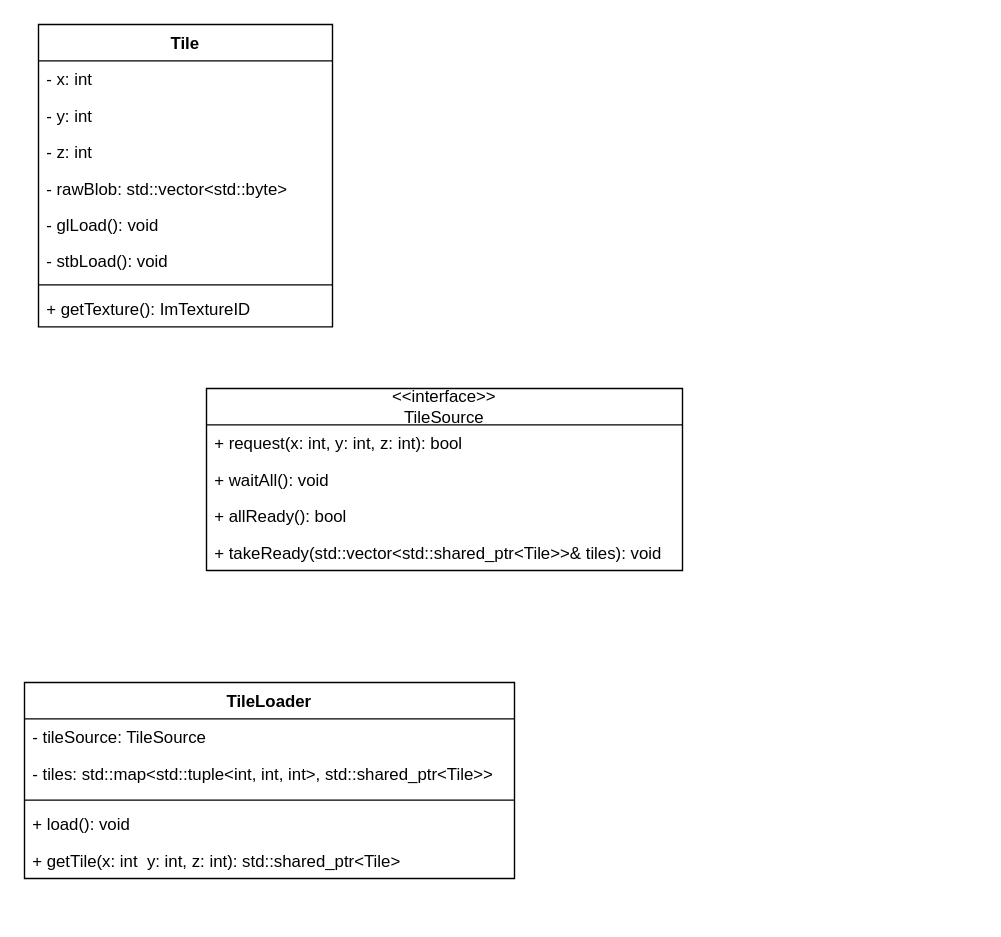
Before: historical map.drawio in Earsuit/historical-map, a draw.io diagram. Source tidied: cells renumbered, new cells numbered last; positions are measured from the earlier drawing's top-left corner, leaving out a move shared by most shapes. Both pictures are drawn from the tidied source at 140%, with x=0, y=0 at pixel (24, 24).
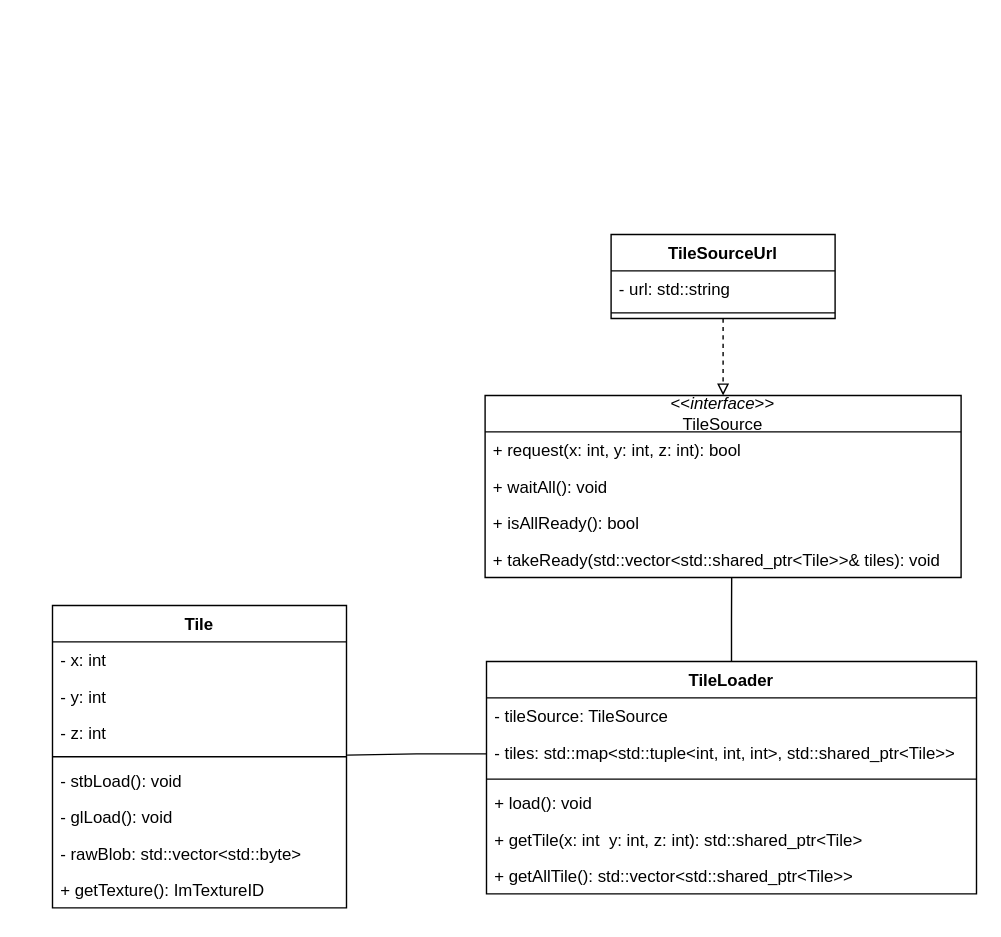
The same diagram, later.

Unchanged cells that the change refers to:
```xml
<mxCell id="13" value="- tiles: std::map&amp;lt;std::tuple&amp;lt;int, int, int&amp;gt;, std::shared_ptr&amp;lt;Tile&amp;gt;&amp;gt;" style="text;strokeColor=none;fillColor=none;align=left;verticalAlign=top;spacingLeft=4;spacingRight=4;overflow=hidden;points=[[0,0.5],[1,0.5]];portConstraint=eastwest;whiteSpace=wrap;html=1;" parent="11" vertex="1">
  <mxGeometry y="52" width="350" height="28" as="geometry" />
</mxCell>
<mxCell id="21" value="+ takeReady(std::vector&amp;lt;std::shared_ptr&amp;lt;Tile&amp;gt;&amp;gt;&amp;amp; tiles): void" style="text;strokeColor=none;fillColor=none;align=left;verticalAlign=top;spacingLeft=4;spacingRight=4;overflow=hidden;points=[[0,0.5],[1,0.5]];portConstraint=eastwest;whiteSpace=wrap;html=1;" parent="17" vertex="1">
  <mxGeometry y="104" width="340" height="26" as="geometry" />
</mxCell>
```

Diff of the diagram source:
```diff
@@
     <mxCell id="2" value="Tile" style="swimlane;fontStyle=1;align=center;verticalAlign=top;horizontal=1;startSize=26;whiteSpace=wrap;html=1;" parent="1" vertex="1">
-      <mxGeometry x="10" width="210" height="216" as="geometry" />
+      <mxGeometry x="20" y="415" width="210" height="216" as="geometry" />
     </mxCell>
@@
+    <mxCell id="9" style="line;strokeWidth=1;fillColor=none;align=left;verticalAlign=middle;spacingTop=-1;spacingLeft=3;spacingRight=3;labelPosition=right;points=[];portConstraint=eastwest;strokeColor=inherit;" parent="2" vertex="1">
+      <mxGeometry y="104" width="210" height="8" as="geometry" />
+    </mxCell>
+    <mxCell id="8" value="- stbLoad(): void" style="text;strokeColor=none;fillColor=none;align=left;verticalAlign=top;spacingLeft=4;spacingRight=4;overflow=hidden;whiteSpace=wrap;html=1;" parent="2" vertex="1">
+      <mxGeometry y="112" width="210" height="26" as="geometry" />
+    </mxCell>
+    <mxCell id="7" value="- glLoad(): void" style="text;strokeColor=none;fillColor=none;align=left;verticalAlign=top;spacingLeft=4;spacingRight=4;overflow=hidden;whiteSpace=wrap;html=1;" parent="2" vertex="1">
+      <mxGeometry y="138" width="210" height="26" as="geometry" />
+    </mxCell>
     <mxCell id="6" value="- rawBlob: std::vector&amp;lt;std::byte&amp;gt;" style="text;strokeColor=none;fillColor=none;align=left;verticalAlign=top;spacingLeft=4;spacingRight=4;overflow=hidden;whiteSpace=wrap;html=1;" parent="2" vertex="1">
-      <mxGeometry y="104" width="210" height="26" as="geometry" />
+      <mxGeometry y="164" width="210" height="26" as="geometry" />
     </mxCell>
-    <mxCell id="7" value="- glLoad(): void" style="text;strokeColor=none;fillColor=none;align=left;verticalAlign=top;spacingLeft=4;spacingRight=4;overflow=hidden;whiteSpace=wrap;html=1;" parent="2" vertex="1">
-      <mxGeometry y="130" width="210" height="26" as="geometry" />
-    </mxCell>
-    <mxCell id="8" value="- stbLoad(): void" style="text;strokeColor=none;fillColor=none;align=left;verticalAlign=top;spacingLeft=4;spacingRight=4;overflow=hidden;whiteSpace=wrap;html=1;" parent="2" vertex="1">
-      <mxGeometry y="156" width="210" height="26" as="geometry" />
-    </mxCell>
-    <mxCell id="9" style="line;strokeWidth=1;fillColor=none;align=left;verticalAlign=middle;spacingTop=-1;spacingLeft=3;spacingRight=3;labelPosition=right;points=[];portConstraint=eastwest;strokeColor=inherit;" parent="2" vertex="1">
-      <mxGeometry y="182" width="210" height="8" as="geometry" />
-    </mxCell>
@@
+    <mxCell id="22" style="edgeStyle=orthogonalEdgeStyle;rounded=0;jettySize=auto;html=1;endArrow=none;endFill=0;entryX=0.518;entryY=1;entryDx=0;entryDy=0;entryPerimeter=0;" parent="1" edge="1" source="11" target="21">
+      <mxGeometry relative="1" as="geometry" />
+    </mxCell>
     <mxCell id="11" value="TileLoader" style="swimlane;fontStyle=1;align=center;verticalAlign=top;horizontal=1;startSize=26;whiteSpace=wrap;html=1;" parent="1" vertex="1">
-      <mxGeometry y="470" width="350" height="140" as="geometry" />
+      <mxGeometry x="330" y="455" width="350" height="166" as="geometry" />
     </mxCell>
@@
+    <mxCell id="23" value="+ getAllTile(): std::vector&amp;lt;std::shared_ptr&amp;lt;Tile&amp;gt;&amp;gt;" style="text;strokeColor=none;fillColor=none;align=left;verticalAlign=top;spacingLeft=4;spacingRight=4;overflow=hidden;whiteSpace=wrap;html=1;" parent="11" vertex="1">
+      <mxGeometry y="140" width="350" height="26" as="geometry" />
+    </mxCell>
-    <mxCell id="17" value="&amp;lt;&amp;lt;interface&amp;gt;&amp;gt;&lt;br&gt;TileSource" style="swimlane;fontStyle=0;horizontal=1;startSize=26;fillColor=none;whiteSpace=wrap;html=1;" parent="1" vertex="1">
-      <mxGeometry x="130" y="260" width="340" height="130" as="geometry" />
+    <mxCell id="17" value="&amp;lt;&amp;lt;&lt;i&gt;interface&lt;/i&gt;&amp;gt;&amp;gt;&lt;br&gt;TileSource" style="swimlane;fontStyle=0;horizontal=1;startSize=26;fillColor=none;whiteSpace=wrap;html=1;" parent="1" vertex="1">
+      <mxGeometry x="329" y="265" width="340" height="130" as="geometry" />
     </mxCell>
@@
-    <mxCell id="20" value="+ allReady(): bool" style="text;strokeColor=none;fillColor=none;align=left;verticalAlign=top;spacingLeft=4;spacingRight=4;overflow=hidden;whiteSpace=wrap;html=1;" parent="17" vertex="1">
+    <mxCell id="20" value="+ isAllReady(): bool" style="text;strokeColor=none;fillColor=none;align=left;verticalAlign=top;spacingLeft=4;spacingRight=4;overflow=hidden;whiteSpace=wrap;html=1;" parent="17" vertex="1">
       <mxGeometry y="78" width="340" height="26" as="geometry" />
     </mxCell>
@@
+    <mxCell id="24" style="edgeStyle=orthogonalEdgeStyle;rounded=0;jettySize=auto;html=1;entryX=0.5;entryY=0;entryDx=0;entryDy=0;endArrow=block;endFill=0;dashed=1;" parent="1" edge="1" source="25" target="17">
+      <mxGeometry relative="1" as="geometry" />
+    </mxCell>
+    <mxCell id="25" value="TileSourceUrl" style="swimlane;fontStyle=1;align=center;verticalAlign=top;horizontal=1;startSize=26;" parent="1" vertex="1">
+      <mxGeometry x="419" y="150" width="160" height="60" as="geometry" />
+    </mxCell>
+    <mxCell id="26" value="- url: std::string" style="text;strokeColor=none;fillColor=none;align=left;verticalAlign=top;spacingLeft=4;spacingRight=4;overflow=hidden;" parent="25" vertex="1">
+      <mxGeometry y="26" width="160" height="26" as="geometry" />
+    </mxCell>
+    <mxCell id="27" style="line;strokeWidth=1;fillColor=none;align=left;verticalAlign=middle;spacingTop=-1;spacingLeft=3;spacingRight=3;labelPosition=right;" parent="25" vertex="1">
+      <mxGeometry y="52" width="160" height="8" as="geometry" />
+    </mxCell>
+    <mxCell id="28" style="edgeStyle=orthogonalEdgeStyle;rounded=0;jettySize=auto;html=1;endArrow=none;endFill=0;entryX=1.002;entryY=0.357;entryDx=0;entryDy=0;entryPerimeter=0;" parent="1" edge="1" source="13" target="9">
+      <mxGeometry relative="1" as="geometry" />
+    </mxCell>
```
